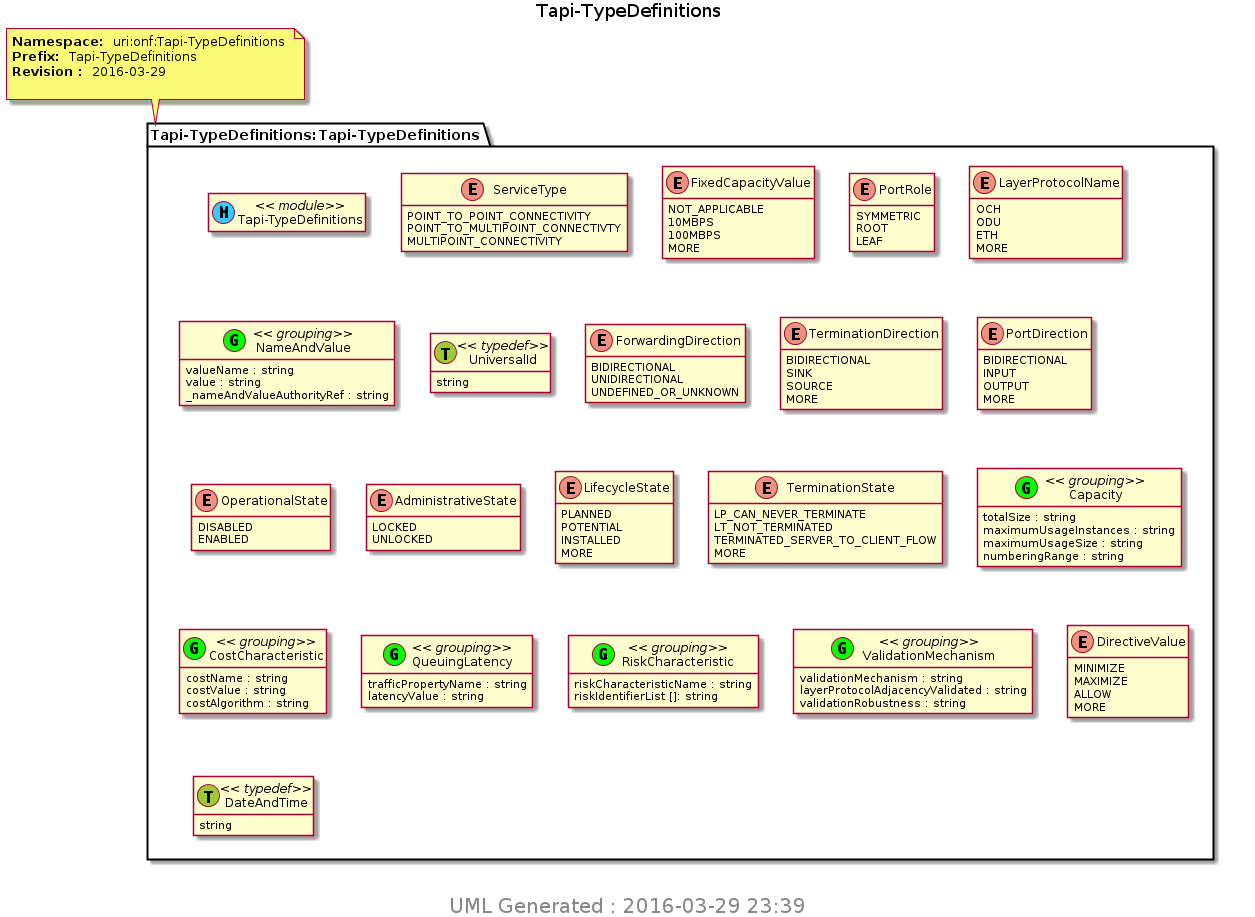
Open-Network-Models-and-Interfaces-ONMI/TAPI keeps this PlantUML diagram as TransportAPI/YANG/pyang_uml/Tapi-TypeDefinitions.png. Above is the earlier version. Its diagram source:
```plantuml
@startuml img/Tapi-TypeDefinitions.png
hide empty fields
hide empty methods
hide <<case>> circle
hide <<augment>> circle
hide <<choice>> circle
hide <<leafref>> stereotype
hide <<leafref>> circle
page 1x1
Title Tapi-TypeDefinitions
note top of Tapi_TypeDefinitions_Tapi_TypeDefinitions : <b>Namespace: </b> uri:onf:Tapi-TypeDefinitions \n<b>Prefix: </b> Tapi-TypeDefinitions \n<b>Revision : </b> 2016-03-29 \n
package "Tapi-TypeDefinitions:Tapi-TypeDefinitions" as Tapi_TypeDefinitions_Tapi_TypeDefinitions {
class "Tapi-TypeDefinitions" as Tapi_TypeDefinitions << (M, #33CCFF) module>>
enum "ServiceType" as Tapi_TypeDefinitions_I_ServiceType {
POINT_TO_POINT_CONNECTIVITY
POINT_TO_MULTIPOINT_CONNECTIVTY
MULTIPOINT_CONNECTIVITY
}
enum "FixedCapacityValue" as Tapi_TypeDefinitions_I_FixedCapacityValue {
NOT_APPLICABLE
10MBPS
100MBPS
MORE
}
enum "PortRole" as Tapi_TypeDefinitions_I_PortRole {
SYMMETRIC
ROOT
LEAF
}
enum "LayerProtocolName" as Tapi_TypeDefinitions_I_LayerProtocolName {
OCH
ODU
ETH
MORE
}
class "NameAndValue" as Tapi_TypeDefinitions_I_NameAndValue_grouping <<(G,Lime) grouping>>
Tapi_TypeDefinitions_I_NameAndValue_grouping : valueName : string
Tapi_TypeDefinitions_I_NameAndValue_grouping : value : string
Tapi_TypeDefinitions_I_NameAndValue_grouping : _nameAndValueAuthorityRef : string
class "UniversalId" as UniversalId << (T, YellowGreen) typedef>>
UniversalId : string
enum "ForwardingDirection" as Tapi_TypeDefinitions_I_ForwardingDirection {
BIDIRECTIONAL
UNIDIRECTIONAL
UNDEFINED_OR_UNKNOWN
}
enum "TerminationDirection" as Tapi_TypeDefinitions_I_TerminationDirection {
BIDIRECTIONAL
SINK
SOURCE
MORE
}
enum "PortDirection" as Tapi_TypeDefinitions_I_PortDirection {
BIDIRECTIONAL
INPUT
OUTPUT
MORE
}
enum "OperationalState" as Tapi_TypeDefinitions_I_OperationalState {
DISABLED
ENABLED
}
enum "AdministrativeState" as Tapi_TypeDefinitions_I_AdministrativeState {
LOCKED
UNLOCKED
}
enum "LifecycleState" as Tapi_TypeDefinitions_I_LifecycleState {
PLANNED
POTENTIAL
INSTALLED
MORE
}
enum "TerminationState" as Tapi_TypeDefinitions_I_TerminationState {
LP_CAN_NEVER_TERMINATE
LT_NOT_TERMINATED
TERMINATED_SERVER_TO_CLIENT_FLOW
MORE
}
class "Capacity" as Tapi_TypeDefinitions_I_Capacity_grouping <<(G,Lime) grouping>>
Tapi_TypeDefinitions_I_Capacity_grouping : totalSize : string
Tapi_TypeDefinitions_I_Capacity_grouping : maximumUsageInstances : string
Tapi_TypeDefinitions_I_Capacity_grouping : maximumUsageSize : string
Tapi_TypeDefinitions_I_Capacity_grouping : numberingRange : string
class "CostCharacteristic" as Tapi_TypeDefinitions_I_CostCharacteristic_grouping <<(G,Lime) grouping>>
Tapi_TypeDefinitions_I_CostCharacteristic_grouping : costName : string
Tapi_TypeDefinitions_I_CostCharacteristic_grouping : costValue : string
Tapi_TypeDefinitions_I_CostCharacteristic_grouping : costAlgorithm : string
class "QueuingLatency" as Tapi_TypeDefinitions_I_QueuingLatency_grouping <<(G,Lime) grouping>>
Tapi_TypeDefinitions_I_QueuingLatency_grouping : trafficPropertyName : string
Tapi_TypeDefinitions_I_QueuingLatency_grouping : latencyValue : string
class "RiskCharacteristic" as Tapi_TypeDefinitions_I_RiskCharacteristic_grouping <<(G,Lime) grouping>>
Tapi_TypeDefinitions_I_RiskCharacteristic_grouping : riskCharacteristicName : string
Tapi_TypeDefinitions_I_RiskCharacteristic_grouping : riskIdentifierList []: string
class "ValidationMechanism" as Tapi_TypeDefinitions_I_ValidationMechanism_grouping <<(G,Lime) grouping>>
Tapi_TypeDefinitions_I_ValidationMechanism_grouping : validationMechanism : string
Tapi_TypeDefinitions_I_ValidationMechanism_grouping : layerProtocolAdjacencyValidated : string
Tapi_TypeDefinitions_I_ValidationMechanism_grouping : validationRobustness : string
enum "DirectiveValue" as Tapi_TypeDefinitions_I_DirectiveValue {
MINIMIZE
MAXIMIZE
ALLOW
MORE
}
class "DateAndTime" as DateAndTime << (T, YellowGreen) typedef>>
DateAndTime : string
}

center footer
 <size:20> UML Generated : 2016-03-29 23:39 </size>
 endfooter
@enduml
```
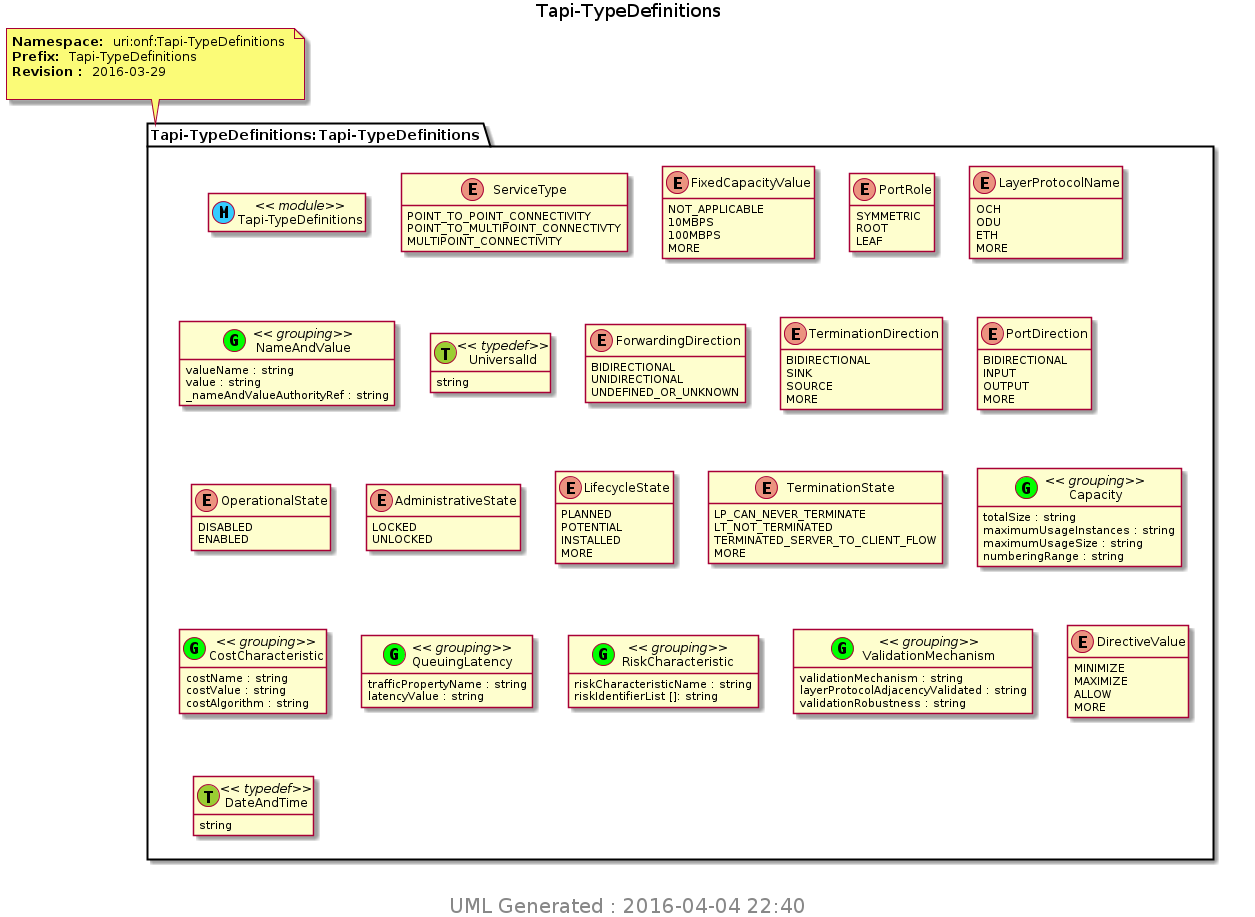
The same file after the commit.

What changed in the source:
```diff
@@ -106,6 +106,6 @@
 }
 
 center footer
- <size:20> UML Generated : 2016-03-29 23:39 </size>
+ <size:20> UML Generated : 2016-04-04 22:40 </size>
  endfooter
 @enduml
```
